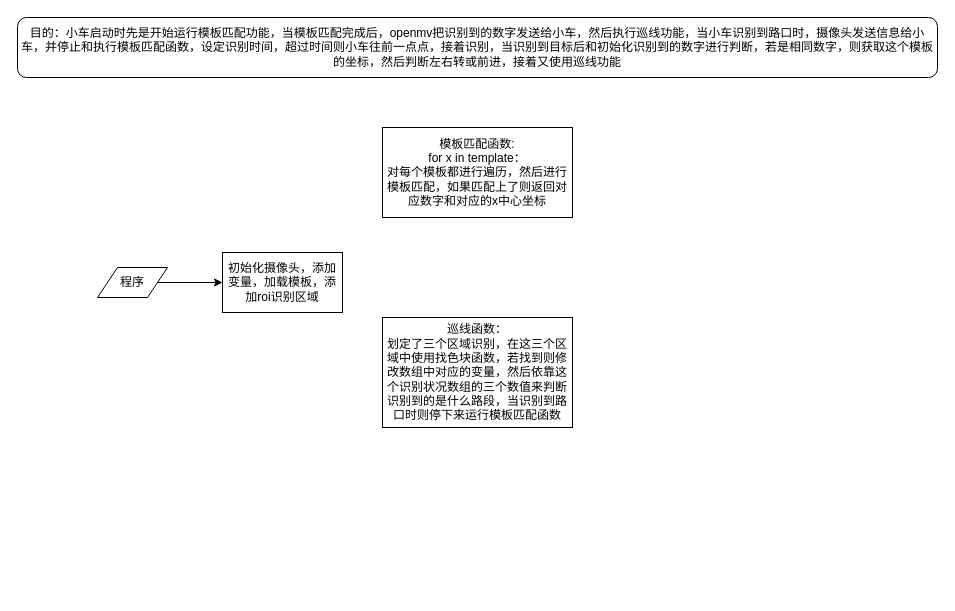
Earlier version of the draw.io diagram 模板匹配+巡线.drawio (mlhua/hua). Source tidied: cells renumbered, new cells numbered last; positions are measured from the earlier drawing's top-left corner, leaving out a move shared by most shapes. Both pictures are drawn from the tidied source at 100%, with x=0, y=0 at pixel (17, 17).
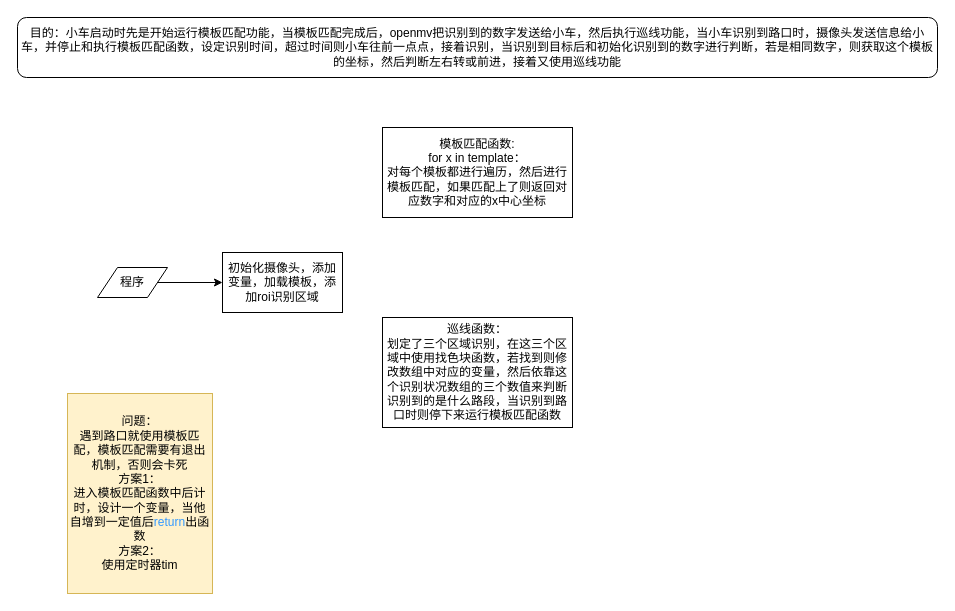
The same page after the edit.

Commit message:
更新模板匹配+巡线.drawio

Change to the diagram source:
```diff
@@
 <mxGraphModel>
   <root>
     <mxCell id="0" />
     <mxCell id="1" parent="0" />
     <mxCell id="2" style="edgeStyle=orthogonalEdgeStyle;rounded=0;jettySize=auto;html=1;" parent="1" edge="1" source="3" target="4">
       <mxGeometry relative="1" as="geometry" />
     </mxCell>
     <mxCell id="3" value="程序" style="shape=parallelogram;perimeter=parallelogramPerimeter;whiteSpace=wrap;html=1;fixedSize=1;" parent="1" vertex="1">
       <mxGeometry x="80" y="250" width="70" height="30" as="geometry" />
     </mxCell>
     <mxCell id="4" value="初始化摄像头，添加变量，加载模板，添加roi识别区域" style="whiteSpace=wrap;html=1;" parent="1" vertex="1">
       <mxGeometry x="205" y="235" width="120" height="60" as="geometry" />
     </mxCell>
     <mxCell id="5" value="目的：小车启动时先是开始运行模板匹配功能，当模板匹配完成后，openmv把识别到的数字发送给小车，然后执行巡线功能，当小车识别到路口时，摄像头发送信息给小车，并停止和执行模板匹配函数，设定识别时间，超过时间则小车往前一点点，接着识别，当识别到目标后和初始化识别到的数字进行判断，若是相同数字，则获取这个模板的坐标，然后判断左右转或前进，接着又使用巡线功能" style="rounded=1;whiteSpace=wrap;html=1;" parent="1" vertex="1">
       <mxGeometry width="920" height="60" as="geometry" />
     </mxCell>
     <mxCell id="6" value="模板匹配函数:&lt;br&gt;for x in template：&lt;br&gt;对每个模板都进行遍历，然后进行模板匹配，如果匹配上了则返回对应数字和对应的x中心坐标" style="rounded=0;whiteSpace=wrap;html=1;" parent="1" vertex="1">
       <mxGeometry x="365" y="110" width="190" height="90" as="geometry" />
     </mxCell>
     <mxCell id="7" value="巡线函数：&lt;br&gt;划定了三个区域识别，在这三个区域中使用找色块函数，若找到则修改数组中对应的变量，然后依靠这个识别状况数组的三个数值来判断识别到的是什么路段，当识别到路口时则停下来运行模板匹配函数" style="rounded=0;whiteSpace=wrap;html=1;" parent="1" vertex="1">
       <mxGeometry x="365" y="300" width="190" height="110" as="geometry" />
     </mxCell>
+    <mxCell id="8" value="问题：&lt;br&gt;遇到路口就使用模板匹配，模板匹配需要有退出机制，否则会卡死&lt;br&gt;方案1：&lt;br&gt;进入模板匹配函数中后计时，设计一个变量，当他自增到一定值后&lt;font color=&quot;#3399ff&quot;&gt;return&lt;/font&gt;出函数&lt;br&gt;方案2：&lt;br&gt;使用定时器tim" style="rounded=0;whiteSpace=wrap;html=1;fillColor=#fff2cc;strokeColor=#d6b656;" parent="1" vertex="1">
+      <mxGeometry x="50" y="376" width="145" height="200" as="geometry" />
+    </mxCell>
   </root>
 </mxGraphModel>
```
